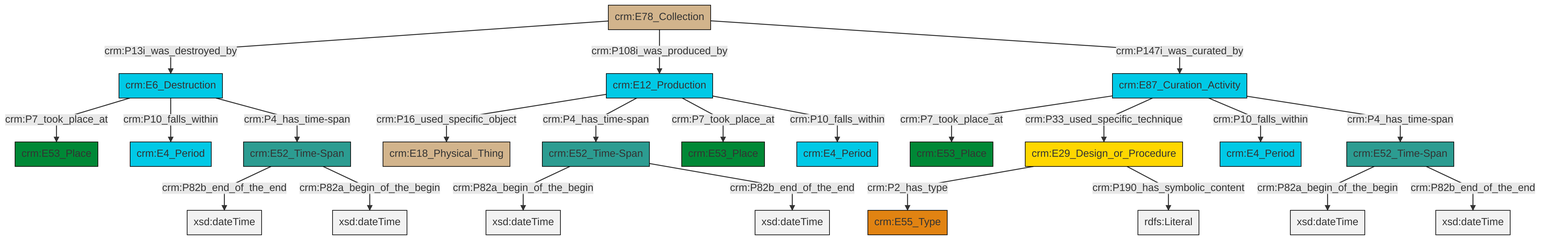
Above: et/archivalCSV/ttl/mmd/png/archival_existence.png in swiss-art-research-net/docs.swissartresearch (Mermaid), before the change. Its source is kept beside it as et/archivalCSV/ttl/mmd/archival_existence.ttl.mmd.
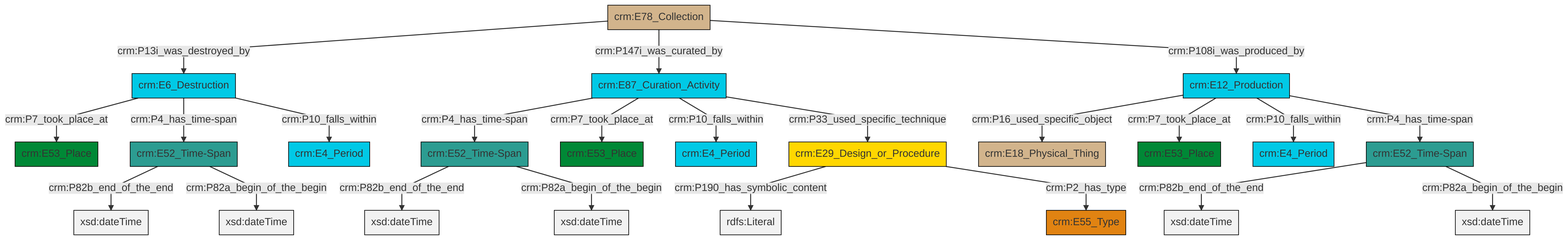
The same diagram one commit later.

Change to the diagram source:
```diff
@@ -13,25 +13,25 @@
 classDef PC_Classes fill:#4ce600, stroke:#000000;
 classDef Multi fill:#cccccc,stroke:#000000;
 
-8["crm:E52_Time-Span"]:::Time-Span -->|crm:P82b_end_of_the_end| 9[xsd:dateTime]:::Literal
-12["crm:E6_Destruction"]:::Temporal_Entity -->|crm:P7_took_place_at| 10["crm:E53_Place"]:::Place
-6["crm:E87_Curation_Activity"]:::Temporal_Entity -->|crm:P7_took_place_at| 16["crm:E53_Place"]:::Place
-19["crm:E78_Collection"]:::Physical_Thing -->|crm:P13i_was_destroyed_by| 12["crm:E6_Destruction"]:::Temporal_Entity
-6["crm:E87_Curation_Activity"]:::Temporal_Entity -->|crm:P33_used_specific_technique| 2["crm:E29_Design_or_Procedure"]:::Conceptual_Object
-6["crm:E87_Curation_Activity"]:::Temporal_Entity -->|crm:P10_falls_within| 17["crm:E4_Period"]:::Temporal_Entity
-19["crm:E78_Collection"]:::Physical_Thing -->|crm:P108i_was_produced_by| 23["crm:E12_Production"]:::Temporal_Entity
-12["crm:E6_Destruction"]:::Temporal_Entity -->|crm:P10_falls_within| 20["crm:E4_Period"]:::Temporal_Entity
-23["crm:E12_Production"]:::Temporal_Entity -->|crm:P16_used_specific_object| 24["crm:E18_Physical_Thing"]:::Physical_Thing
-4["crm:E52_Time-Span"]:::Time-Span -->|crm:P82a_begin_of_the_begin| 25[xsd:dateTime]:::Literal
-4["crm:E52_Time-Span"]:::Time-Span -->|crm:P82b_end_of_the_end| 26[xsd:dateTime]:::Literal
-23["crm:E12_Production"]:::Temporal_Entity -->|crm:P4_has_time-span| 4["crm:E52_Time-Span"]:::Time-Span
-23["crm:E12_Production"]:::Temporal_Entity -->|crm:P7_took_place_at| 27["crm:E53_Place"]:::Place
-2["crm:E29_Design_or_Procedure"]:::Conceptual_Object -->|crm:P2_has_type| 0["crm:E55_Type"]:::Type
-13["crm:E52_Time-Span"]:::Time-Span -->|crm:P82a_begin_of_the_begin| 28[xsd:dateTime]:::Literal
-23["crm:E12_Production"]:::Temporal_Entity -->|crm:P10_falls_within| 29["crm:E4_Period"]:::Temporal_Entity
-12["crm:E6_Destruction"]:::Temporal_Entity -->|crm:P4_has_time-span| 8["crm:E52_Time-Span"]:::Time-Span
-19["crm:E78_Collection"]:::Physical_Thing -->|crm:P147i_was_curated_by| 6["crm:E87_Curation_Activity"]:::Temporal_Entity
-2["crm:E29_Design_or_Procedure"]:::Conceptual_Object -->|crm:P190_has_symbolic_content| 33[rdfs:Literal]:::Literal
-6["crm:E87_Curation_Activity"]:::Temporal_Entity -->|crm:P4_has_time-span| 13["crm:E52_Time-Span"]:::Time-Span
-13["crm:E52_Time-Span"]:::Time-Span -->|crm:P82b_end_of_the_end| 37[xsd:dateTime]:::Literal
-8["crm:E52_Time-Span"]:::Time-Span -->|crm:P82a_begin_of_the_begin| 38[xsd:dateTime]:::Literal
+0["crm:E6_Destruction"]:::Temporal_Entity -->|crm:P7_took_place_at| 1["crm:E53_Place"]:::Place
+4["crm:E87_Curation_Activity"]:::Temporal_Entity -->|crm:P4_has_time-span| 5["crm:E52_Time-Span"]:::Time-Span
+4["crm:E87_Curation_Activity"]:::Temporal_Entity -->|crm:P7_took_place_at| 6["crm:E53_Place"]:::Place
+5["crm:E52_Time-Span"]:::Time-Span -->|crm:P82b_end_of_the_end| 8[xsd:dateTime]:::Literal
+9["crm:E52_Time-Span"]:::Time-Span -->|crm:P82b_end_of_the_end| 10[xsd:dateTime]:::Literal
+13["crm:E78_Collection"]:::Physical_Thing -->|crm:P13i_was_destroyed_by| 0["crm:E6_Destruction"]:::Temporal_Entity
+0["crm:E6_Destruction"]:::Temporal_Entity -->|crm:P4_has_time-span| 14["crm:E52_Time-Span"]:::Time-Span
+2["crm:E29_Design_or_Procedure"]:::Conceptual_Object -->|crm:P190_has_symbolic_content| 15[rdfs:Literal]:::Literal
+14["crm:E52_Time-Span"]:::Time-Span -->|crm:P82b_end_of_the_end| 18[xsd:dateTime]:::Literal
+13["crm:E78_Collection"]:::Physical_Thing -->|crm:P147i_was_curated_by| 4["crm:E87_Curation_Activity"]:::Temporal_Entity
+13["crm:E78_Collection"]:::Physical_Thing -->|crm:P108i_was_produced_by| 23["crm:E12_Production"]:::Temporal_Entity
+4["crm:E87_Curation_Activity"]:::Temporal_Entity -->|crm:P10_falls_within| 24["crm:E4_Period"]:::Temporal_Entity
+23["crm:E12_Production"]:::Temporal_Entity -->|crm:P16_used_specific_object| 19["crm:E18_Physical_Thing"]:::Physical_Thing
+2["crm:E29_Design_or_Procedure"]:::Conceptual_Object -->|crm:P2_has_type| 21["crm:E55_Type"]:::Type
+0["crm:E6_Destruction"]:::Temporal_Entity -->|crm:P10_falls_within| 11["crm:E4_Period"]:::Temporal_Entity
+14["crm:E52_Time-Span"]:::Time-Span -->|crm:P82a_begin_of_the_begin| 34[xsd:dateTime]:::Literal
+23["crm:E12_Production"]:::Temporal_Entity -->|crm:P7_took_place_at| 16["crm:E53_Place"]:::Place
+4["crm:E87_Curation_Activity"]:::Temporal_Entity -->|crm:P33_used_specific_technique| 2["crm:E29_Design_or_Procedure"]:::Conceptual_Object
+9["crm:E52_Time-Span"]:::Time-Span -->|crm:P82a_begin_of_the_begin| 36[xsd:dateTime]:::Literal
+5["crm:E52_Time-Span"]:::Time-Span -->|crm:P82a_begin_of_the_begin| 37[xsd:dateTime]:::Literal
+23["crm:E12_Production"]:::Temporal_Entity -->|crm:P10_falls_within| 27["crm:E4_Period"]:::Temporal_Entity
+23["crm:E12_Production"]:::Temporal_Entity -->|crm:P4_has_time-span| 9["crm:E52_Time-Span"]:::Time-Span
```
